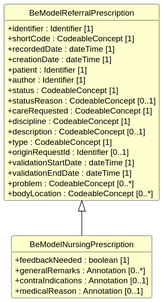
Above: exports/diagrams/BeModelNursingPrescription-uml.svg in caresets/caresets-src (PlantUML), before the change.
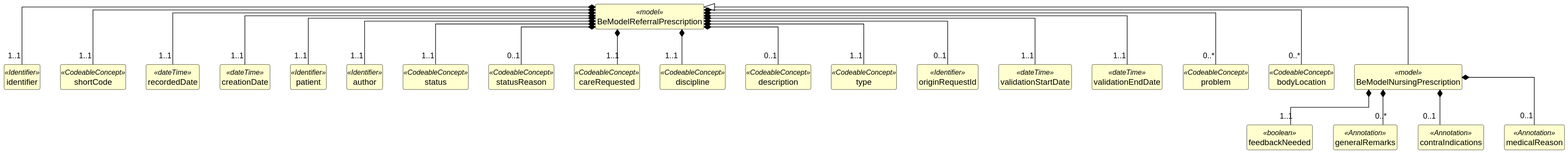
Later version of the same file.

What changed in the source:
```diff
@@ -12,32 +12,95 @@
 hide circle
 hide empty members
 
-class "BeModelReferralPrescription" as BeModelReferralPrescription {
-  +identifier : Identifier [1]
-  +shortCode : CodeableConcept [1]
-  +recordedDate : dateTime [1]
-  +creationDate : dateTime [1]
-  +patient : Identifier [1]
-  +author : Identifier [1]
-  +status : CodeableConcept [1]
-  +statusReason : CodeableConcept [0..1]
-  +careRequested : CodeableConcept [1]
-  +discipline : CodeableConcept [1]
-  +description : CodeableConcept [0..1]
-  +type : CodeableConcept [1]
-  +originRequestId : Identifier [0..1]
-  +validationStartDate : dateTime [1]
-  +validationEndDate : dateTime [1]
-  +problem : CodeableConcept [0..*]
-  +bodyLocation : CodeableConcept [0..*]
+class "BeModelReferralPrescription" as BeModelReferralPrescription <<model>> {
 }
 
-class "BeModelNursingPrescription" as BeModelNursingPrescription {
-  +feedbackNeeded : boolean [1]
-  +generalRemarks : Annotation [0..*]
-  +contraIndications : Annotation [0..1]
-  +medicalReason : Annotation [0..1]
+class "identifier" as BeModelReferralPrescription_identifier <<Identifier>> {
 }
 
+class "shortCode" as BeModelReferralPrescription_shortCode <<CodeableConcept>> {
+}
+
+class "recordedDate" as BeModelReferralPrescription_recordedDate <<dateTime>> {
+}
+
+class "creationDate" as BeModelReferralPrescription_creationDate <<dateTime>> {
+}
+
+class "patient" as BeModelReferralPrescription_patient <<Identifier>> {
+}
+
+class "author" as BeModelReferralPrescription_author <<Identifier>> {
+}
+
+class "status" as BeModelReferralPrescription_status <<CodeableConcept>> {
+}
+
+class "statusReason" as BeModelReferralPrescription_statusReason <<CodeableConcept>> {
+}
+
+class "careRequested" as BeModelReferralPrescription_careRequested <<CodeableConcept>> {
+}
+
+class "discipline" as BeModelReferralPrescription_discipline <<CodeableConcept>> {
+}
+
+class "description" as BeModelReferralPrescription_description <<CodeableConcept>> {
+}
+
+class "type" as BeModelReferralPrescription_type <<CodeableConcept>> {
+}
+
+class "originRequestId" as BeModelReferralPrescription_originRequestId <<Identifier>> {
+}
+
+class "validationStartDate" as BeModelReferralPrescription_validationStartDate <<dateTime>> {
+}
+
+class "validationEndDate" as BeModelReferralPrescription_validationEndDate <<dateTime>> {
+}
+
+class "problem" as BeModelReferralPrescription_problem <<CodeableConcept>> {
+}
+
+class "bodyLocation" as BeModelReferralPrescription_bodyLocation <<CodeableConcept>> {
+}
+
+class "BeModelNursingPrescription" as BeModelNursingPrescription <<model>> {
+}
+
+class "feedbackNeeded" as BeModelNursingPrescription_feedbackNeeded <<boolean>> {
+}
+
+class "generalRemarks" as BeModelNursingPrescription_generalRemarks <<Annotation>> {
+}
+
+class "contraIndications" as BeModelNursingPrescription_contraIndications <<Annotation>> {
+}
+
+class "medicalReason" as BeModelNursingPrescription_medicalReason <<Annotation>> {
+}
+
+BeModelReferralPrescription *-- "1..1" BeModelReferralPrescription_identifier
+BeModelReferralPrescription *-- "1..1" BeModelReferralPrescription_shortCode
+BeModelReferralPrescription *-- "1..1" BeModelReferralPrescription_recordedDate
+BeModelReferralPrescription *-- "1..1" BeModelReferralPrescription_creationDate
+BeModelReferralPrescription *-- "1..1" BeModelReferralPrescription_patient
+BeModelReferralPrescription *-- "1..1" BeModelReferralPrescription_author
+BeModelReferralPrescription *-- "1..1" BeModelReferralPrescription_status
+BeModelReferralPrescription *-- "0..1" BeModelReferralPrescription_statusReason
+BeModelReferralPrescription *-- "1..1" BeModelReferralPrescription_careRequested
+BeModelReferralPrescription *-- "1..1" BeModelReferralPrescription_discipline
+BeModelReferralPrescription *-- "0..1" BeModelReferralPrescription_description
+BeModelReferralPrescription *-- "1..1" BeModelReferralPrescription_type
+BeModelReferralPrescription *-- "0..1" BeModelReferralPrescription_originRequestId
+BeModelReferralPrescription *-- "1..1" BeModelReferralPrescription_validationStartDate
+BeModelReferralPrescription *-- "1..1" BeModelReferralPrescription_validationEndDate
+BeModelReferralPrescription *-- "0..*" BeModelReferralPrescription_problem
+BeModelReferralPrescription *-- "0..*" BeModelReferralPrescription_bodyLocation
+BeModelNursingPrescription *-- "1..1" BeModelNursingPrescription_feedbackNeeded
+BeModelNursingPrescription *-- "0..*" BeModelNursingPrescription_generalRemarks
+BeModelNursingPrescription *-- "0..1" BeModelNursingPrescription_contraIndications
+BeModelNursingPrescription *-- "0..1" BeModelNursingPrescription_medicalReason
 BeModelReferralPrescription <|-- BeModelNursingPrescription
 @enduml
```
